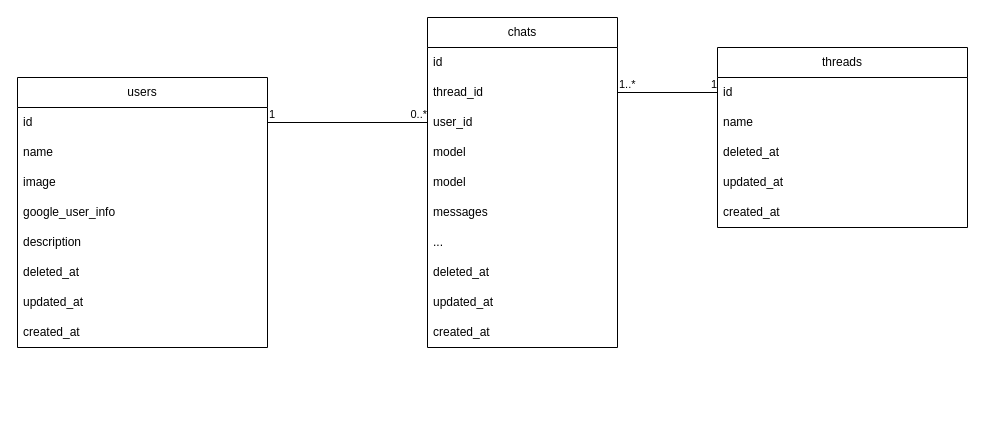
The draw.io diagram docs/basic-design/er.drawio in bamboo-house/BambooGPT, before the edit. Source tidied: cells renumbered, new cells numbered last; positions are measured from the earlier drawing's top-left corner, leaving out a move shared by most shapes. Both pictures are drawn from the tidied source at 100%, with x=0, y=0 at pixel (17, 17).
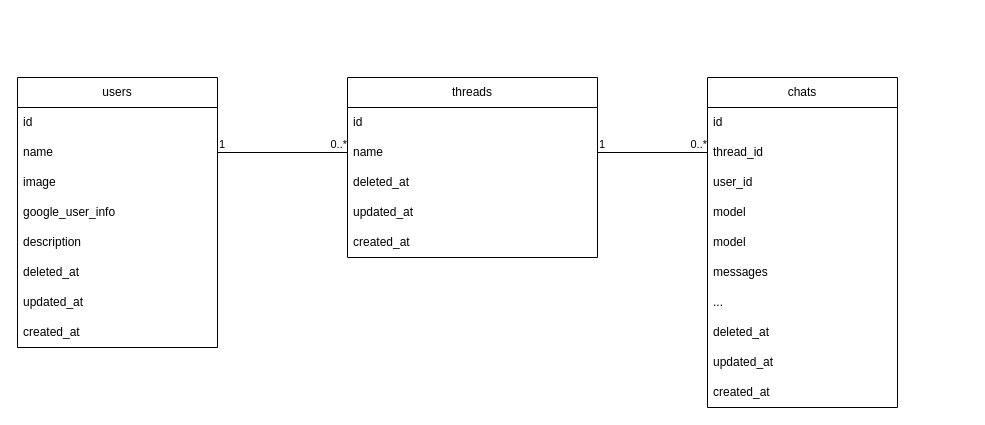
After the change.

Commit message (it also covers changes not shown here):
配列をどうするか検討するどうするか検討する

Unchanged cells that the change refers to:
```xml
<mxCell id="4" value="thread_id" style="text;strokeColor=none;fillColor=none;align=left;verticalAlign=middle;spacingLeft=4;spacingRight=4;overflow=hidden;points=[[0,0.5],[1,0.5]];portConstraint=eastwest;whiteSpace=wrap;html=1;" parent="2" vertex="1">
  <mxGeometry y="60" width="190" height="30" as="geometry" />
</mxCell>
<mxCell id="5" value="user_id" style="text;strokeColor=none;fillColor=none;align=left;verticalAlign=middle;spacingLeft=4;spacingRight=4;overflow=hidden;points=[[0,0.5],[1,0.5]];portConstraint=eastwest;whiteSpace=wrap;html=1;" parent="2" vertex="1">
  <mxGeometry y="90" width="190" height="30" as="geometry" />
</mxCell>
<mxCell id="14" value="id" style="text;strokeColor=none;fillColor=none;align=left;verticalAlign=middle;spacingLeft=4;spacingRight=4;overflow=hidden;points=[[0,0.5],[1,0.5]];portConstraint=eastwest;whiteSpace=wrap;html=1;" parent="13" vertex="1">
  <mxGeometry y="30" width="250" height="30" as="geometry" />
</mxCell>
<mxCell id="15" value="name" style="text;strokeColor=none;fillColor=none;align=left;verticalAlign=middle;spacingLeft=4;spacingRight=4;overflow=hidden;points=[[0,0.5],[1,0.5]];portConstraint=eastwest;whiteSpace=wrap;html=1;" parent="13" vertex="1">
  <mxGeometry y="60" width="250" height="30" as="geometry" />
</mxCell>
```

Change to the diagram source:
```diff
@@
     <mxCell id="2" value="chats" style="swimlane;fontStyle=0;horizontal=1;startSize=30;whiteSpace=wrap;html=1;" parent="1" vertex="1">
-      <mxGeometry x="410" width="190" height="330" as="geometry" />
+      <mxGeometry x="690" y="60" width="190" height="330" as="geometry" />
     </mxCell>
@@
     <mxCell id="13" value="threads" style="swimlane;fontStyle=0;horizontal=1;startSize=30;whiteSpace=wrap;html=1;" parent="1" vertex="1">
-      <mxGeometry x="700" y="30" width="250" height="180" as="geometry" />
+      <mxGeometry x="330" y="60" width="250" height="180" as="geometry" />
     </mxCell>
@@
     <mxCell id="19" value="users" style="swimlane;fontStyle=0;horizontal=1;startSize=30;whiteSpace=wrap;html=1;" parent="1" vertex="1">
-      <mxGeometry y="60" width="250" height="270" as="geometry" />
+      <mxGeometry y="60" width="200" height="270" as="geometry" />
     </mxCell>
     <mxCell id="20" value="id" style="text;strokeColor=none;fillColor=none;align=left;verticalAlign=middle;spacingLeft=4;spacingRight=4;overflow=hidden;points=[[0,0.5],[1,0.5]];portConstraint=eastwest;whiteSpace=wrap;html=1;" parent="19" vertex="1">
-      <mxGeometry y="30" width="250" height="30" as="geometry" />
+      <mxGeometry y="30" width="200" height="30" as="geometry" />
     </mxCell>
     <mxCell id="21" value="name" style="text;strokeColor=none;fillColor=none;align=left;verticalAlign=middle;spacingLeft=4;spacingRight=4;overflow=hidden;points=[[0,0.5],[1,0.5]];portConstraint=eastwest;whiteSpace=wrap;html=1;" parent="19" vertex="1">
-      <mxGeometry y="60" width="250" height="30" as="geometry" />
+      <mxGeometry y="60" width="200" height="30" as="geometry" />
     </mxCell>
     <mxCell id="22" value="image" style="text;strokeColor=none;fillColor=none;align=left;verticalAlign=middle;spacingLeft=4;spacingRight=4;overflow=hidden;whiteSpace=wrap;html=1;" parent="19" vertex="1">
-      <mxGeometry y="90" width="250" height="30" as="geometry" />
+      <mxGeometry y="90" width="200" height="30" as="geometry" />
     </mxCell>
     <mxCell id="23" value="google_user_info" style="text;strokeColor=none;fillColor=none;align=left;verticalAlign=middle;spacingLeft=4;spacingRight=4;overflow=hidden;whiteSpace=wrap;html=1;" parent="19" vertex="1">
-      <mxGeometry y="120" width="250" height="30" as="geometry" />
+      <mxGeometry y="120" width="200" height="30" as="geometry" />
     </mxCell>
     <mxCell id="24" value="description" style="text;strokeColor=none;fillColor=none;align=left;verticalAlign=middle;spacingLeft=4;spacingRight=4;overflow=hidden;whiteSpace=wrap;html=1;" parent="19" vertex="1">
-      <mxGeometry y="150" width="250" height="30" as="geometry" />
+      <mxGeometry y="150" width="200" height="30" as="geometry" />
     </mxCell>
     <mxCell id="25" value="deleted_at" style="text;strokeColor=none;fillColor=none;align=left;verticalAlign=middle;spacingLeft=4;spacingRight=4;overflow=hidden;whiteSpace=wrap;html=1;" parent="19" vertex="1">
-      <mxGeometry y="180" width="250" height="30" as="geometry" />
+      <mxGeometry y="180" width="200" height="30" as="geometry" />
     </mxCell>
     <mxCell id="26" value="updated_at" style="text;strokeColor=none;fillColor=none;align=left;verticalAlign=middle;spacingLeft=4;spacingRight=4;overflow=hidden;whiteSpace=wrap;html=1;" parent="19" vertex="1">
-      <mxGeometry y="210" width="250" height="30" as="geometry" />
+      <mxGeometry y="210" width="200" height="30" as="geometry" />
     </mxCell>
     <mxCell id="27" value="created_at" style="text;strokeColor=none;fillColor=none;align=left;verticalAlign=middle;spacingLeft=4;spacingRight=4;overflow=hidden;whiteSpace=wrap;html=1;" parent="19" vertex="1">
-      <mxGeometry y="240" width="250" height="30" as="geometry" />
+      <mxGeometry y="240" width="200" height="30" as="geometry" />
     </mxCell>
-    <mxCell id="28" style="endArrow=none;html=1;edgeStyle=orthogonalEdgeStyle;exitX=1;exitY=0.5;exitDx=0;exitDy=0;entryX=0;entryY=0.5;entryDx=0;entryDy=0;" parent="1" edge="1" source="4" target="14">
-      <mxGeometry relative="1" as="geometry" />
-    </mxCell>
-    <mxCell id="29" value="1..*" style="edgeLabel;html=1;align=left;verticalAlign=bottom;" parent="28" vertex="1">
-      <mxGeometry x="-1" relative="1" as="geometry" />
-    </mxCell>
-    <mxCell id="30" value="1" style="edgeLabel;html=1;align=right;verticalAlign=bottom;" parent="28" vertex="1">
-      <mxGeometry x="1" relative="1" as="geometry" />
-    </mxCell>
-    <mxCell id="31" style="endArrow=none;html=1;edgeStyle=orthogonalEdgeStyle;exitX=1;exitY=0.5;exitDx=0;exitDy=0;entryX=0;entryY=0.5;entryDx=0;entryDy=0;" parent="1" edge="1" source="20" target="5">
-      <mxGeometry relative="1" as="geometry" />
-    </mxCell>
-    <mxCell id="32" value="1" style="edgeLabel;html=1;align=left;verticalAlign=bottom;" parent="31" vertex="1">
-      <mxGeometry x="-1" relative="1" as="geometry" />
-    </mxCell>
-    <mxCell id="33" value="0..*" style="edgeLabel;html=1;align=right;verticalAlign=bottom;" parent="31" vertex="1">
-      <mxGeometry x="1" relative="1" as="geometry" />
-    </mxCell>
+    <mxCell id="34" style="endArrow=none;html=1;edgeStyle=orthogonalEdgeStyle;exitX=1;exitY=0.5;exitDx=0;exitDy=0;entryX=0;entryY=0.5;entryDx=0;entryDy=0;" parent="1" edge="1" source="21" target="15">
+      <mxGeometry relative="1" as="geometry" />
+    </mxCell>
+    <mxCell id="35" value="1" style="edgeLabel;html=1;align=left;verticalAlign=bottom;" parent="34" vertex="1">
+      <mxGeometry x="-1" relative="1" as="geometry" />
+    </mxCell>
+    <mxCell id="36" value="0..*" style="edgeLabel;html=1;align=right;verticalAlign=bottom;" parent="34" vertex="1">
+      <mxGeometry x="1" relative="1" as="geometry" />
+    </mxCell>
+    <mxCell id="37" style="endArrow=none;html=1;edgeStyle=orthogonalEdgeStyle;entryX=0;entryY=0.5;entryDx=0;entryDy=0;exitX=1;exitY=0.5;exitDx=0;exitDy=0;" parent="1" edge="1" source="15" target="4">
+      <mxGeometry relative="1" as="geometry" />
+    </mxCell>
+    <mxCell id="38" value="1" style="edgeLabel;html=1;align=left;verticalAlign=bottom;" parent="37" vertex="1">
+      <mxGeometry x="-1" relative="1" as="geometry" />
+    </mxCell>
+    <mxCell id="39" value="0..*" style="edgeLabel;html=1;align=right;verticalAlign=bottom;" parent="37" vertex="1">
+      <mxGeometry x="1" relative="1" as="geometry" />
+    </mxCell>
```
